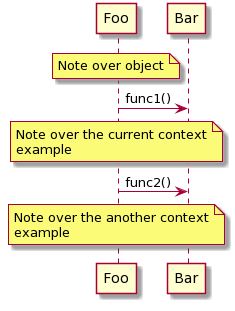
pinetr2e/napkin keeps this PlantUML diagram as images/Notes.png. Above is the earlier version.
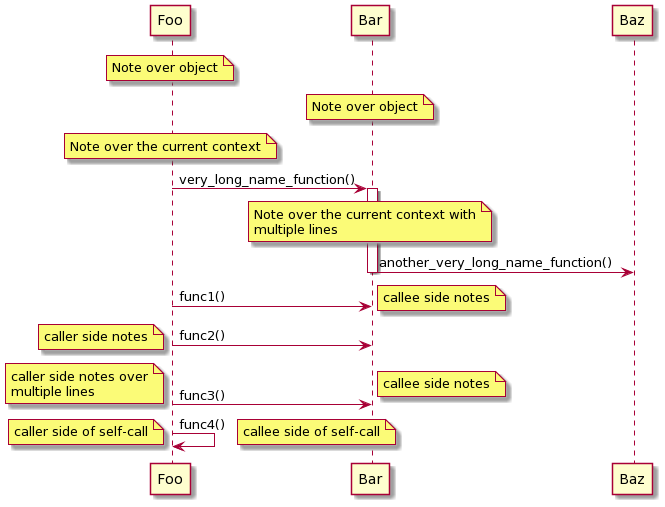
The same diagram one commit later.

Diff of the diagram source:
```diff
@@ -1,16 +1,30 @@
 @startuml
 participant Foo
 participant Bar
+participant Baz
 
 note over Foo : Note over object
+note over Bar : Note over object
+note over Foo : Note over the current context
+Foo -> Bar : very_long_name_function()
+activate Bar
+note over Bar
+Note over the current context with
+multiple lines
+end note
+Bar -> Baz : another_very_long_name_function()
+deactivate Bar
 Foo -> Bar : func1()
-note over Foo
-Note over the current context
-example
+note right : callee side notes
+Foo -> Bar : func2()
+note left : caller side notes
+Foo -> Bar : func3()
+note right : callee side notes
+note left
+caller side notes over
+multiple lines
 end note
-Foo -> Bar : func2()
-note over Foo
-Note over the another context
-example
-end note
+Foo -> Foo : func4()
+note right : callee side of self-call
+note left : caller side of self-call
 @enduml
```
